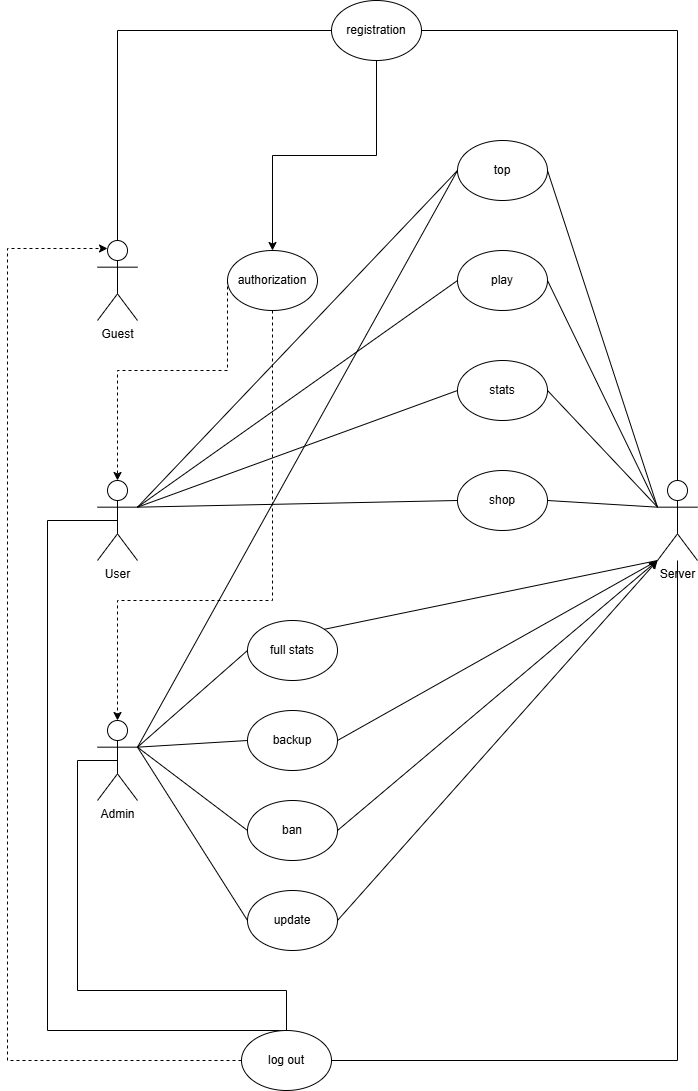
This is UseCase.drawio.png from mandrus-ai/MITP_2026, a draw.io export, as it was before one commit. Source tidied: cells renumbered, new cells last; positions are measured from the earlier drawing's top-left corner, leaving out a move shared by most shapes.
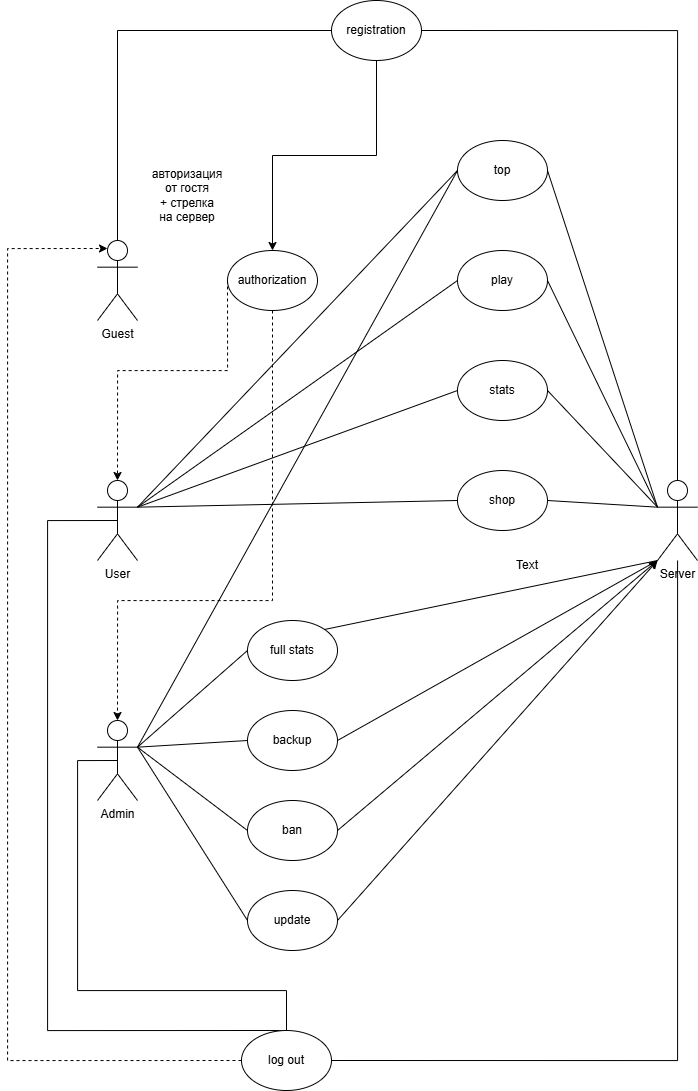
Later version of the same file.

Diff of the diagram source:
```diff
@@ -157,5 +157,11 @@
         <mxPoint x="650" y="560" as="targetPoint" />
       </mxGeometry>
     </mxCell>
+    <mxCell id="43" value="Text" style="text;html=1;whiteSpace=wrap;strokeColor=none;fillColor=none;align=center;verticalAlign=middle;rounded=0;" parent="1" vertex="1">
+      <mxGeometry x="490" y="550" width="60" height="30" as="geometry" />
+    </mxCell>
+    <mxCell id="44" value="авторизация от гостя&lt;div&gt;+ стрелка на сервер&lt;/div&gt;" style="text;html=1;whiteSpace=wrap;strokeColor=none;fillColor=none;align=center;verticalAlign=middle;rounded=0;" parent="1" vertex="1">
+      <mxGeometry x="150" y="180" width="60" height="30" as="geometry" />
+    </mxCell>
   </root>
 </mxGraphModel>
```
